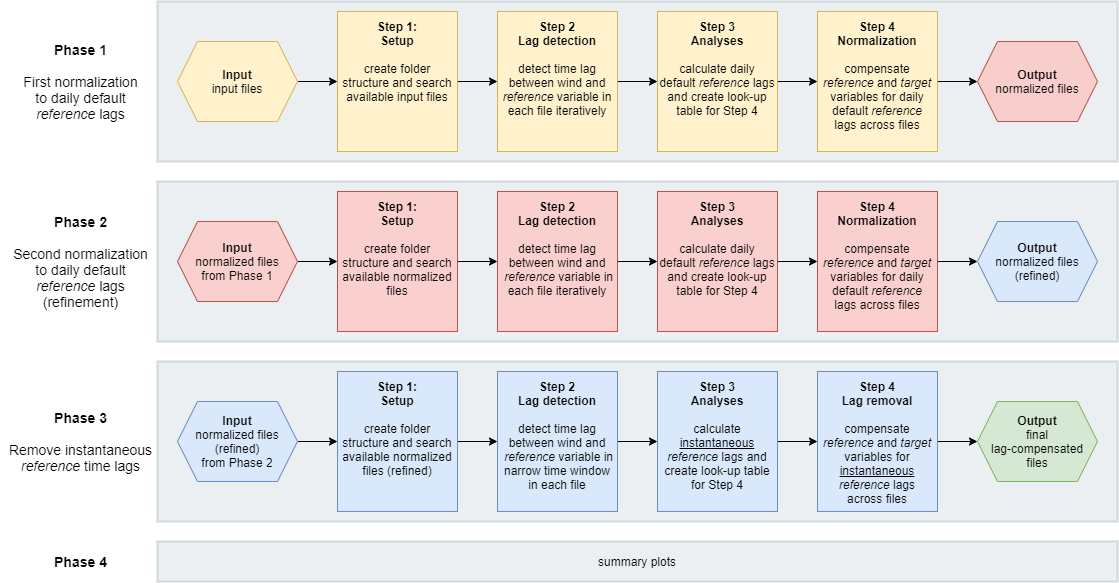
holukas/dyco keeps this draw.io diagram as images/dyco_processing_chain.png. Above is the earlier version. Source tidied: cells renumbered, new cells last; positions are measured from the earlier drawing's top-left corner, leaving out a move shared by most shapes.
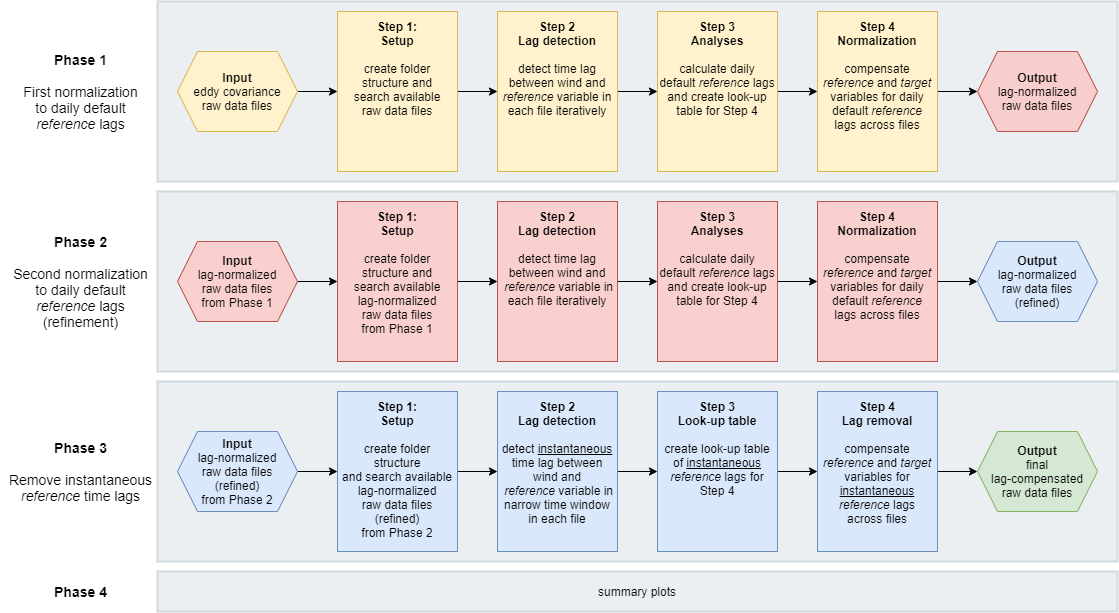
The same file after the commit.

Change to the diagram source:
```diff
@@ -3,127 +3,127 @@
     <mxCell id="0" />
     <mxCell id="1" parent="0" />
     <mxCell id="2" style="rounded=0;whiteSpace=wrap;html=1;strokeWidth=2;labelBackgroundColor=none;align=center;fillColor=#ECEFF1;strokeColor=#CFD8DC;" parent="1" vertex="1">
-      <mxGeometry x="157" y="360" width="960" height="160" as="geometry" />
+      <mxGeometry x="157" y="370" width="960" height="180" as="geometry" />
     </mxCell>
     <mxCell id="3" style="rounded=0;whiteSpace=wrap;html=1;strokeWidth=2;labelBackgroundColor=none;align=center;fontColor=#333333;fillColor=#ECEFF1;strokeColor=#CFD8DC;" parent="1" vertex="1">
-      <mxGeometry x="157" y="180" width="960" height="160" as="geometry" />
+      <mxGeometry x="157" y="180" width="960" height="180" as="geometry" />
     </mxCell>
     <mxCell id="4" style="rounded=0;whiteSpace=wrap;html=1;strokeWidth=2;labelBackgroundColor=none;align=center;fontColor=#333333;fillColor=#ECEFF1;strokeColor=#CFD8DC;" parent="1" vertex="1">
-      <mxGeometry x="157" width="960" height="160" as="geometry" />
+      <mxGeometry x="157" y="-10" width="960" height="180" as="geometry" />
     </mxCell>
     <mxCell id="5" style="edgeStyle=orthogonalEdgeStyle;rounded=0;jettySize=auto;html=1;align=left;entryX=0;entryY=0.5;entryDx=0;entryDy=0;" parent="1" edge="1" source="6" target="10">
       <mxGeometry relative="1" as="geometry" />
     </mxCell>
-    <mxCell id="6" value="&lt;b&gt;Step 1:&lt;br&gt;Setup&lt;br&gt;&lt;/b&gt;&lt;br&gt;create folder structure and search available input files" style="rounded=0;align=center;verticalAlign=top;horizontal=1;fontStyle=0;whiteSpace=wrap;html=1;labelBackgroundColor=none;spacingLeft=0;spacingTop=0;spacingBottom=0;spacingRight=0;spacing=4;strokeColor=#d6b656;fillColor=#fff2cc;" parent="1" vertex="1">
-      <mxGeometry x="337" y="10" width="120" height="140" as="geometry" />
+    <mxCell id="6" value="&lt;b&gt;Step 1:&lt;br&gt;Setup&lt;br&gt;&lt;/b&gt;&lt;br&gt;create folder structure and&lt;br&gt;search available&lt;br&gt;raw data files" style="rounded=0;align=center;verticalAlign=top;horizontal=1;fontStyle=0;whiteSpace=wrap;html=1;labelBackgroundColor=none;spacingLeft=0;spacingTop=0;spacingBottom=0;spacingRight=0;spacing=4;strokeColor=#d6b656;fillColor=#fff2cc;" parent="1" vertex="1">
+      <mxGeometry x="337" width="120" height="160" as="geometry" />
     </mxCell>
     <mxCell id="7" style="edgeStyle=orthogonalEdgeStyle;rounded=0;jettySize=auto;html=1;align=left;" parent="1" edge="1" source="8" target="6">
       <mxGeometry relative="1" as="geometry" />
     </mxCell>
-    <mxCell id="8" value="&lt;b&gt;Input&lt;/b&gt;&lt;br&gt;input files" style="shape=hexagon;perimeter=hexagonPerimeter2;whiteSpace=wrap;html=1;fixedSize=1;align=center;fillColor=#fff2cc;strokeColor=#d6b656;" parent="1" vertex="1">
+    <mxCell id="8" value="&lt;b&gt;Input&lt;/b&gt;&lt;br&gt;eddy covariance&lt;br&gt;raw data files" style="shape=hexagon;perimeter=hexagonPerimeter2;whiteSpace=wrap;html=1;fixedSize=1;align=center;fillColor=#fff2cc;strokeColor=#d6b656;" parent="1" vertex="1">
       <mxGeometry x="177" y="40" width="120" height="80" as="geometry" />
     </mxCell>
     <mxCell id="9" style="edgeStyle=orthogonalEdgeStyle;rounded=0;jettySize=auto;html=1;align=left;" parent="1" edge="1" source="10" target="12">
       <mxGeometry relative="1" as="geometry" />
     </mxCell>
     <mxCell id="10" value="&lt;div&gt;&lt;b&gt;Step 2&lt;/b&gt;&lt;/div&gt;&lt;div&gt;&lt;b&gt;Lag detection&lt;/b&gt;&lt;/div&gt;&lt;div&gt;&lt;br&gt;&lt;/div&gt;&lt;div&gt;detect time lag between wind and &lt;i&gt;reference &lt;/i&gt;variable in each file iteratively&lt;/div&gt;&lt;div&gt;&lt;br&gt;&lt;/div&gt;" style="rounded=0;align=center;verticalAlign=top;horizontal=1;fontStyle=0;whiteSpace=wrap;html=1;labelBackgroundColor=none;spacing=4;strokeColor=#d6b656;fillColor=#fff2cc;" parent="1" vertex="1">
-      <mxGeometry x="497" y="10" width="120" height="140" as="geometry" />
+      <mxGeometry x="497" width="120" height="160" as="geometry" />
     </mxCell>
     <mxCell id="11" style="edgeStyle=orthogonalEdgeStyle;rounded=0;jettySize=auto;html=1;align=left;" parent="1" edge="1" source="12" target="14">
       <mxGeometry relative="1" as="geometry" />
     </mxCell>
     <mxCell id="12" value="&lt;div&gt;&lt;div&gt;&lt;b&gt;Step 3&lt;/b&gt;&lt;/div&gt;&lt;div&gt;&lt;b&gt;Analyses&lt;/b&gt;&lt;/div&gt;&lt;div&gt;&lt;b&gt;&lt;br&gt;&lt;/b&gt;&lt;/div&gt;&lt;div&gt;calculate daily default&amp;nbsp;&lt;i&gt;reference&amp;nbsp;&lt;/i&gt;lags&lt;/div&gt;&lt;div&gt;and create look-up table for Step 4&lt;/div&gt;&lt;/div&gt;&lt;div&gt;&lt;br&gt;&lt;/div&gt;" style="rounded=0;align=center;verticalAlign=top;horizontal=1;fontStyle=0;whiteSpace=wrap;html=1;labelBackgroundColor=none;spacing=4;strokeColor=#d6b656;fillColor=#fff2cc;" parent="1" vertex="1">
-      <mxGeometry x="657" y="10" width="120" height="140" as="geometry" />
+      <mxGeometry x="657" width="120" height="160" as="geometry" />
     </mxCell>
     <mxCell id="13" style="edgeStyle=orthogonalEdgeStyle;rounded=0;jettySize=auto;html=1;align=left;" parent="1" edge="1" source="14" target="15">
       <mxGeometry relative="1" as="geometry" />
     </mxCell>
     <mxCell id="14" value="&lt;div&gt;&lt;b&gt;Step 4&lt;/b&gt;&lt;/div&gt;&lt;div&gt;&lt;b&gt;Normalization&lt;/b&gt;&lt;/div&gt;&lt;div&gt;&lt;b&gt;&lt;br&gt;&lt;/b&gt;&lt;/div&gt;&lt;div&gt;compensate &lt;i&gt;reference &lt;/i&gt;and&amp;nbsp;&lt;i&gt;target &lt;/i&gt;variables for daily default &lt;i&gt;reference &lt;/i&gt;lags across files&lt;/div&gt;" style="rounded=0;align=center;verticalAlign=top;horizontal=1;fontStyle=0;whiteSpace=wrap;html=1;labelBackgroundColor=none;spacing=4;strokeColor=#d6b656;fillColor=#fff2cc;" parent="1" vertex="1">
-      <mxGeometry x="817" y="10" width="120" height="140" as="geometry" />
+      <mxGeometry x="817" width="120" height="160" as="geometry" />
     </mxCell>
-    <mxCell id="15" value="&lt;b&gt;Output&lt;/b&gt;&lt;br&gt;normalized files" style="shape=hexagon;perimeter=hexagonPerimeter2;whiteSpace=wrap;html=1;fixedSize=1;align=center;strokeColor=#b85450;fillColor=#F8CECC;" parent="1" vertex="1">
+    <mxCell id="15" value="&lt;b&gt;Output&lt;/b&gt;&lt;br&gt;lag-normalized&lt;br&gt;raw data files" style="shape=hexagon;perimeter=hexagonPerimeter2;whiteSpace=wrap;html=1;fixedSize=1;align=center;strokeColor=#b85450;fillColor=#F8CECC;" parent="1" vertex="1">
       <mxGeometry x="977" y="40" width="120" height="80" as="geometry" />
     </mxCell>
     <mxCell id="16" style="edgeStyle=orthogonalEdgeStyle;rounded=0;jettySize=auto;html=1;align=left;" parent="1" edge="1" source="17" target="19">
       <mxGeometry relative="1" as="geometry" />
     </mxCell>
-    <mxCell id="17" value="&lt;b&gt;Step 1:&lt;br&gt;Setup&lt;br&gt;&lt;/b&gt;&lt;br&gt;create folder structure and search available normalized files" style="rounded=0;align=center;verticalAlign=top;horizontal=1;fontStyle=0;whiteSpace=wrap;html=1;labelBackgroundColor=none;spacingLeft=0;spacingTop=0;spacingBottom=0;spacingRight=0;spacing=4;strokeColor=#b85450;fillColor=#FAD0CE;" parent="1" vertex="1">
-      <mxGeometry x="337" y="190" width="120" height="140" as="geometry" />
+    <mxCell id="17" value="&lt;b&gt;Step 1:&lt;br&gt;Setup&lt;br&gt;&lt;/b&gt;&lt;br&gt;create folder structure and&lt;br&gt;search available&lt;br&gt;lag-normalized&lt;br&gt;raw data files&lt;br&gt;from Phase 1" style="rounded=0;align=center;verticalAlign=top;horizontal=1;fontStyle=0;whiteSpace=wrap;html=1;labelBackgroundColor=none;spacingLeft=0;spacingTop=0;spacingBottom=0;spacingRight=0;spacing=4;strokeColor=#b85450;fillColor=#FAD0CE;" parent="1" vertex="1">
+      <mxGeometry x="337" y="190" width="120" height="160" as="geometry" />
     </mxCell>
     <mxCell id="18" style="edgeStyle=orthogonalEdgeStyle;rounded=0;jettySize=auto;html=1;align=left;" parent="1" edge="1" source="19" target="21">
       <mxGeometry relative="1" as="geometry" />
     </mxCell>
     <mxCell id="19" value="&lt;div&gt;&lt;b&gt;Step 2&lt;/b&gt;&lt;/div&gt;&lt;div&gt;&lt;b&gt;Lag detection&lt;/b&gt;&lt;/div&gt;&lt;div&gt;&lt;br&gt;&lt;/div&gt;&lt;div&gt;&lt;div&gt;detect time lag between wind and&lt;/div&gt;&lt;div&gt;&amp;nbsp;&lt;i&gt;reference&amp;nbsp;&lt;/i&gt;variable in each file iteratively&lt;/div&gt;&lt;div&gt;&lt;br&gt;&lt;/div&gt;&lt;/div&gt;&lt;div&gt;&lt;br&gt;&lt;/div&gt;" style="rounded=0;align=center;verticalAlign=top;horizontal=1;fontStyle=0;whiteSpace=wrap;html=1;labelBackgroundColor=none;spacing=4;strokeColor=#b85450;fillColor=#FAD0CE;" parent="1" vertex="1">
-      <mxGeometry x="497" y="190" width="120" height="140" as="geometry" />
+      <mxGeometry x="497" y="190" width="120" height="160" as="geometry" />
     </mxCell>
     <mxCell id="20" style="edgeStyle=orthogonalEdgeStyle;rounded=0;jettySize=auto;html=1;align=left;" parent="1" edge="1" source="21" target="23">
       <mxGeometry relative="1" as="geometry" />
     </mxCell>
     <mxCell id="21" value="&lt;div&gt;&lt;div&gt;&lt;b&gt;Step 3&lt;/b&gt;&lt;/div&gt;&lt;div&gt;&lt;b&gt;Analyses&lt;/b&gt;&lt;/div&gt;&lt;div&gt;&lt;b&gt;&lt;br&gt;&lt;/b&gt;&lt;/div&gt;&lt;div&gt;calculate daily default&amp;nbsp;&lt;i&gt;reference&lt;/i&gt;&amp;nbsp;lags and create look-up table for Step 4&lt;br&gt;&lt;/div&gt;&lt;/div&gt;&lt;div&gt;&lt;br&gt;&lt;/div&gt;" style="rounded=0;align=center;verticalAlign=top;horizontal=1;fontStyle=0;whiteSpace=wrap;html=1;labelBackgroundColor=none;spacing=4;strokeColor=#b85450;fillColor=#FAD0CE;" parent="1" vertex="1">
-      <mxGeometry x="657" y="190" width="120" height="140" as="geometry" />
+      <mxGeometry x="657" y="190" width="120" height="160" as="geometry" />
     </mxCell>
     <mxCell id="22" style="edgeStyle=orthogonalEdgeStyle;rounded=0;jettySize=auto;html=1;align=left;" parent="1" edge="1" source="23" target="24">
       <mxGeometry relative="1" as="geometry" />
     </mxCell>
     <mxCell id="23" value="&lt;div&gt;&lt;b&gt;Step 4&lt;/b&gt;&lt;/div&gt;&lt;div&gt;&lt;b&gt;Normalization&lt;/b&gt;&lt;/div&gt;&lt;div&gt;&lt;b&gt;&lt;br&gt;&lt;/b&gt;&lt;/div&gt;&lt;div&gt;compensate&lt;/div&gt;&lt;div&gt;&lt;i&gt;reference&amp;nbsp;&lt;/i&gt;and&amp;nbsp;&lt;i&gt;target&lt;/i&gt;&lt;/div&gt;&lt;div&gt;variables for daily default&amp;nbsp;&lt;i&gt;reference&lt;/i&gt;&lt;/div&gt;&lt;div&gt;lags across files&lt;br&gt;&lt;/div&gt;" style="rounded=0;align=center;verticalAlign=top;horizontal=1;fontStyle=0;whiteSpace=wrap;html=1;labelBackgroundColor=none;spacing=4;strokeColor=#b85450;fillColor=#FAD0CE;" parent="1" vertex="1">
-      <mxGeometry x="817" y="190" width="120" height="140" as="geometry" />
+      <mxGeometry x="817" y="190" width="120" height="160" as="geometry" />
     </mxCell>
-    <mxCell id="24" value="&lt;b&gt;Output&lt;/b&gt;&lt;br&gt;normalized files&lt;br&gt;(refined)" style="shape=hexagon;perimeter=hexagonPerimeter2;whiteSpace=wrap;html=1;fixedSize=1;align=center;fillColor=#dae8fc;strokeColor=#6c8ebf;" parent="1" vertex="1">
-      <mxGeometry x="977" y="220" width="120" height="80" as="geometry" />
+    <mxCell id="24" value="&lt;b&gt;Output&lt;/b&gt;&lt;br&gt;lag-normalized&lt;br&gt;raw data files&lt;br&gt;(refined)" style="shape=hexagon;perimeter=hexagonPerimeter2;whiteSpace=wrap;html=1;fixedSize=1;align=center;fillColor=#dae8fc;strokeColor=#6c8ebf;" parent="1" vertex="1">
+      <mxGeometry x="977" y="230" width="120" height="80" as="geometry" />
     </mxCell>
     <mxCell id="25" style="edgeStyle=orthogonalEdgeStyle;rounded=0;jettySize=auto;html=1;align=left;" parent="1" edge="1" source="26" target="17">
       <mxGeometry relative="1" as="geometry" />
     </mxCell>
-    <mxCell id="26" value="&lt;b&gt;Input&lt;/b&gt;&lt;br&gt;normalized files&lt;br&gt;from Phase 1" style="shape=hexagon;perimeter=hexagonPerimeter2;whiteSpace=wrap;html=1;fixedSize=1;align=center;strokeColor=#b85450;fillColor=#FAD0CE;" parent="1" vertex="1">
-      <mxGeometry x="177" y="220" width="120" height="80" as="geometry" />
+    <mxCell id="26" value="&lt;b&gt;Input&lt;/b&gt;&lt;br&gt;lag-normalized&lt;br&gt;raw data files&lt;br&gt;from Phase 1" style="shape=hexagon;perimeter=hexagonPerimeter2;whiteSpace=wrap;html=1;fixedSize=1;align=center;strokeColor=#b85450;fillColor=#FAD0CE;" parent="1" vertex="1">
+      <mxGeometry x="177" y="230" width="120" height="80" as="geometry" />
     </mxCell>
     <mxCell id="27" style="edgeStyle=orthogonalEdgeStyle;rounded=0;jettySize=auto;html=1;align=left;" parent="1" edge="1" source="28" target="30">
       <mxGeometry relative="1" as="geometry" />
     </mxCell>
-    <mxCell id="28" value="&lt;b&gt;Step 1:&lt;br&gt;Setup&lt;br&gt;&lt;/b&gt;&lt;br&gt;create folder structure and search available normalized files (refined)" style="rounded=0;align=center;verticalAlign=top;horizontal=1;fontStyle=0;whiteSpace=wrap;html=1;labelBackgroundColor=none;spacingLeft=0;spacingTop=0;spacingBottom=0;spacingRight=0;spacing=4;fillColor=#dae8fc;strokeColor=#6c8ebf;" parent="1" vertex="1">
-      <mxGeometry x="337" y="370" width="120" height="140" as="geometry" />
+    <mxCell id="28" value="&lt;b&gt;Step 1:&lt;br&gt;Setup&lt;/b&gt;&lt;br&gt;&lt;br&gt;create folder structure&lt;br&gt;and search available&lt;br&gt;lag-normalized&lt;br&gt;raw data files (refined)&lt;br&gt;from Phase 2" style="rounded=0;align=center;verticalAlign=top;horizontal=1;fontStyle=0;whiteSpace=wrap;html=1;labelBackgroundColor=none;spacingLeft=0;spacingTop=0;spacingBottom=0;spacingRight=0;spacing=4;fillColor=#dae8fc;strokeColor=#6c8ebf;" parent="1" vertex="1">
+      <mxGeometry x="337" y="380" width="120" height="160" as="geometry" />
     </mxCell>
     <mxCell id="29" style="edgeStyle=orthogonalEdgeStyle;rounded=0;jettySize=auto;html=1;align=left;" parent="1" edge="1" source="30" target="32">
       <mxGeometry relative="1" as="geometry" />
     </mxCell>
-    <mxCell id="30" value="&lt;div&gt;&lt;b&gt;Step 2&lt;/b&gt;&lt;/div&gt;&lt;div&gt;&lt;b&gt;Lag detection&lt;/b&gt;&lt;/div&gt;&lt;div&gt;&lt;br&gt;&lt;/div&gt;&lt;div&gt;&lt;div&gt;detect time lag between wind and&lt;/div&gt;&lt;div&gt;&amp;nbsp;&lt;i&gt;reference&amp;nbsp;&lt;/i&gt;variable in narrow time window in each file&lt;/div&gt;&lt;/div&gt;&lt;div&gt;&lt;br&gt;&lt;/div&gt;" style="rounded=0;align=center;verticalAlign=top;horizontal=1;fontStyle=0;whiteSpace=wrap;html=1;labelBackgroundColor=none;spacing=4;fillColor=#dae8fc;strokeColor=#6c8ebf;" parent="1" vertex="1">
-      <mxGeometry x="497" y="370" width="120" height="140" as="geometry" />
+    <mxCell id="30" value="&lt;div&gt;&lt;b&gt;Step 2&lt;/b&gt;&lt;/div&gt;&lt;div&gt;&lt;b&gt;Lag detection&lt;/b&gt;&lt;/div&gt;&lt;div&gt;&lt;br&gt;&lt;/div&gt;&lt;div&gt;&lt;div&gt;detect &lt;u&gt;instantaneous&lt;/u&gt; time lag between wind and&lt;/div&gt;&lt;div&gt;&amp;nbsp;&lt;i&gt;reference&amp;nbsp;&lt;/i&gt;variable in narrow time window in each file&lt;/div&gt;&lt;/div&gt;&lt;div&gt;&lt;br&gt;&lt;/div&gt;" style="rounded=0;align=center;verticalAlign=top;horizontal=1;fontStyle=0;whiteSpace=wrap;html=1;labelBackgroundColor=none;spacing=4;fillColor=#dae8fc;strokeColor=#6c8ebf;" parent="1" vertex="1">
+      <mxGeometry x="497" y="380" width="120" height="160" as="geometry" />
     </mxCell>
     <mxCell id="31" style="edgeStyle=orthogonalEdgeStyle;rounded=0;jettySize=auto;html=1;align=left;" parent="1" edge="1" source="32" target="34">
       <mxGeometry relative="1" as="geometry" />
     </mxCell>
-    <mxCell id="32" value="&lt;div&gt;&lt;div&gt;&lt;b&gt;Step 3&lt;/b&gt;&lt;/div&gt;&lt;div&gt;&lt;b&gt;Analyses&lt;/b&gt;&lt;/div&gt;&lt;div&gt;&lt;b&gt;&lt;br&gt;&lt;/b&gt;&lt;/div&gt;&lt;div&gt;calculate &lt;u&gt;instantaneous &lt;/u&gt;&lt;i&gt;reference&lt;/i&gt; lags and create look-up table for Step 4&lt;/div&gt;&lt;/div&gt;" style="rounded=0;align=center;verticalAlign=top;horizontal=1;fontStyle=0;whiteSpace=wrap;html=1;labelBackgroundColor=none;spacing=4;fillColor=#dae8fc;strokeColor=#6c8ebf;" parent="1" vertex="1">
-      <mxGeometry x="657" y="370" width="120" height="140" as="geometry" />
+    <mxCell id="32" value="&lt;div&gt;&lt;div&gt;&lt;b&gt;Step 3&lt;/b&gt;&lt;/div&gt;&lt;div&gt;&lt;b&gt;Look-up table&lt;/b&gt;&lt;/div&gt;&lt;div&gt;&lt;b&gt;&lt;br&gt;&lt;/b&gt;&lt;/div&gt;&lt;div&gt;create look-up table of &lt;u&gt;instantaneous &lt;/u&gt;&lt;i&gt;reference&lt;/i&gt; lags for Step 4&lt;/div&gt;&lt;/div&gt;" style="rounded=0;align=center;verticalAlign=top;horizontal=1;fontStyle=0;whiteSpace=wrap;html=1;labelBackgroundColor=none;spacing=4;fillColor=#dae8fc;strokeColor=#6c8ebf;" parent="1" vertex="1">
+      <mxGeometry x="657" y="380" width="120" height="160" as="geometry" />
     </mxCell>
     <mxCell id="33" style="edgeStyle=orthogonalEdgeStyle;rounded=0;jettySize=auto;html=1;align=left;" parent="1" edge="1" source="34" target="37">
       <mxGeometry relative="1" as="geometry" />
     </mxCell>
     <mxCell id="34" value="&lt;div&gt;&lt;b&gt;Step 4&lt;/b&gt;&lt;/div&gt;&lt;div&gt;&lt;b&gt;Lag removal&lt;/b&gt;&lt;/div&gt;&lt;div&gt;&lt;b&gt;&lt;br&gt;&lt;/b&gt;&lt;/div&gt;&lt;div&gt;&lt;div&gt;compensate&lt;/div&gt;&lt;div&gt;&lt;i&gt;reference&amp;nbsp;&lt;/i&gt;and&amp;nbsp;&lt;i&gt;target&lt;/i&gt;&lt;/div&gt;&lt;div&gt;variables for &lt;u&gt;instantaneous&lt;/u&gt; &lt;i&gt;reference&amp;nbsp;&lt;/i&gt;&lt;span&gt;lags across files&lt;/span&gt;&lt;/div&gt;&lt;/div&gt;" style="rounded=0;align=center;verticalAlign=top;horizontal=1;fontStyle=0;whiteSpace=wrap;html=1;labelBackgroundColor=none;spacing=4;fillColor=#dae8fc;strokeColor=#6c8ebf;" parent="1" vertex="1">
-      <mxGeometry x="817" y="370" width="120" height="140" as="geometry" />
+      <mxGeometry x="817" y="380" width="120" height="160" as="geometry" />
     </mxCell>
     <mxCell id="35" style="edgeStyle=orthogonalEdgeStyle;rounded=0;jettySize=auto;html=1;align=left;" parent="1" edge="1" source="36" target="28">
       <mxGeometry relative="1" as="geometry" />
     </mxCell>
-    <mxCell id="36" value="&lt;b&gt;Input&lt;/b&gt;&lt;br&gt;normalized files&lt;br&gt;(refined)&lt;br&gt;from Phase 2" style="shape=hexagon;perimeter=hexagonPerimeter2;whiteSpace=wrap;html=1;fixedSize=1;align=center;fillColor=#dae8fc;strokeColor=#6c8ebf;" parent="1" vertex="1">
-      <mxGeometry x="177" y="400" width="120" height="80" as="geometry" />
+    <mxCell id="36" value="&lt;b&gt;Input&lt;/b&gt;&lt;br&gt;lag-normalized&lt;br&gt;raw data files&lt;br&gt;(refined)&lt;br&gt;from Phase 2" style="shape=hexagon;perimeter=hexagonPerimeter2;whiteSpace=wrap;html=1;fixedSize=1;align=center;fillColor=#dae8fc;strokeColor=#6c8ebf;" parent="1" vertex="1">
+      <mxGeometry x="177" y="420" width="120" height="80" as="geometry" />
     </mxCell>
-    <mxCell id="37" value="&lt;b&gt;Output&lt;/b&gt;&lt;br&gt;final&lt;br&gt;lag-compensated&lt;br&gt;files" style="shape=hexagon;perimeter=hexagonPerimeter2;whiteSpace=wrap;html=1;fixedSize=1;align=center;fillColor=#d5e8d4;strokeColor=#82b366;" parent="1" vertex="1">
-      <mxGeometry x="977" y="400" width="120" height="80" as="geometry" />
+    <mxCell id="37" value="&lt;b&gt;Output&lt;/b&gt;&lt;br&gt;final&lt;br&gt;lag-compensated&lt;br&gt;raw data files" style="shape=hexagon;perimeter=hexagonPerimeter2;whiteSpace=wrap;html=1;fixedSize=1;align=center;fillColor=#d5e8d4;strokeColor=#82b366;" parent="1" vertex="1">
+      <mxGeometry x="977" y="420" width="120" height="80" as="geometry" />
     </mxCell>
     <mxCell id="38" value="Phase 1&lt;br&gt;&lt;br&gt;&lt;span style=&quot;font-weight: normal&quot;&gt;First normalization&lt;br&gt;to daily default&lt;br&gt;&lt;i&gt;reference &lt;/i&gt;lags&lt;/span&gt;" style="text;html=1;align=center;verticalAlign=middle;fontSize=14;fontStyle=1;" parent="1" vertex="1">
       <mxGeometry x="15" y="35" width="130" height="90" as="geometry" />
     </mxCell>
     <mxCell id="39" value="Phase 2&lt;br&gt;&lt;br&gt;&lt;span style=&quot;font-weight: 400&quot;&gt;Second normalization&lt;/span&gt;&lt;br style=&quot;font-weight: 400&quot;&gt;&lt;span style=&quot;font-weight: 400&quot;&gt;to daily default&lt;/span&gt;&lt;br style=&quot;font-weight: 400&quot;&gt;&lt;i style=&quot;font-weight: 400&quot;&gt;reference&amp;nbsp;&lt;/i&gt;&lt;span style=&quot;font-weight: 400&quot;&gt;lags&lt;br&gt;(refinement)&lt;/span&gt;" style="text;html=1;align=center;verticalAlign=middle;fontSize=14;fontStyle=1;" parent="1" vertex="1">
-      <mxGeometry x="5" y="205" width="150" height="110" as="geometry" />
+      <mxGeometry x="5" y="215" width="150" height="110" as="geometry" />
     </mxCell>
     <mxCell id="40" value="Phase 3&lt;br&gt;&lt;br&gt;&lt;span style=&quot;font-weight: normal&quot;&gt;Remove instantaneous&lt;br&gt;&lt;i&gt;reference&lt;/i&gt; time lags&lt;/span&gt;" style="text;html=1;align=center;verticalAlign=middle;fontSize=14;fontStyle=1;" parent="1" vertex="1">
-      <mxGeometry y="405" width="160" height="70" as="geometry" />
+      <mxGeometry y="425" width="160" height="70" as="geometry" />
     </mxCell>
     <mxCell id="41" value="summary plots" style="rounded=0;whiteSpace=wrap;html=1;strokeWidth=2;labelBackgroundColor=none;align=center;fillColor=#ECEFF1;strokeColor=#CFD8DC;" parent="1" vertex="1">
-      <mxGeometry x="157" y="540" width="960" height="40" as="geometry" />
+      <mxGeometry x="157" y="560" width="960" height="40" as="geometry" />
     </mxCell>
     <mxCell id="42" value="Phase 4" style="text;html=1;align=center;verticalAlign=middle;fontSize=14;fontStyle=1;" parent="1" vertex="1">
-      <mxGeometry x="45" y="550" width="70" height="20" as="geometry" />
+      <mxGeometry x="45" y="570" width="70" height="20" as="geometry" />
     </mxCell>
   </root>
 </mxGraphModel>
```
